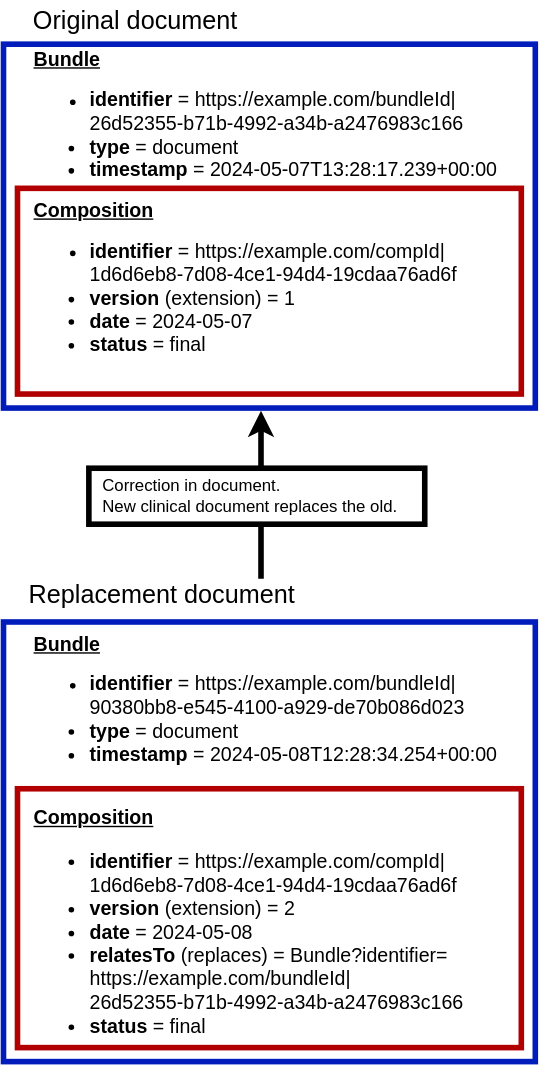
This is input/images/HL7 CDA-FHIR Alignment - ImagesReplace.svg from HL7/fhir-clinical-document, a draw.io export, as it was before one commit. Source tidied: cells renumbered, new cells last; positions are measured from the earlier drawing's top-left corner, leaving out a move shared by most shapes. The source it was exported from:
```xml
<mxGraphModel background="#ffffff">
  <root>
    <mxCell id="0" />
    <mxCell id="1" parent="0" />
    <mxCell id="2" style="group;" parent="1" vertex="1">
      <mxGeometry y="408" width="390" height="370" as="geometry" />
    </mxCell>
    <mxCell id="3" style="rounded=0;whiteSpace=wrap;html=1;fillColor=none;strokeWidth=4;fontColor=#ffffff;strokeColor=#B20000;" parent="2" vertex="1">
      <mxGeometry x="10" y="155" width="360" height="185" as="geometry" />
    </mxCell>
    <mxCell id="4" style="rounded=0;whiteSpace=wrap;html=1;fillColor=none;strokeWidth=4;fontColor=#ffffff;strokeColor=#001DBC;" parent="2" vertex="1">
      <mxGeometry y="35.9" width="380" height="314.1" as="geometry" />
    </mxCell>
    <mxCell id="5" value="&lt;div&gt;&lt;b style=&quot;background-color: initial; font-size: 14px;&quot;&gt;&lt;u&gt;Bundle&lt;/u&gt;&lt;/b&gt;&lt;br&gt;&lt;/div&gt;&lt;div style=&quot;&quot;&gt;&lt;ul style=&quot;&quot;&gt;&lt;li style=&quot;&quot;&gt;&lt;span style=&quot;font-size: 14px;&quot;&gt;&lt;b&gt;identifier &lt;/b&gt;= https://example.com/bundleId|&lt;/span&gt;&lt;br&gt;&lt;span style=&quot;font-size: 14px;&quot;&gt;90380bb8-e545-4100-a929-de70b086d023&lt;/span&gt;&lt;br&gt;&lt;/li&gt;&lt;li style=&quot;font-size: 14px;&quot;&gt;&lt;font style=&quot;font-size: 14px;&quot;&gt;&lt;b&gt;type &lt;/b&gt;= document&lt;/font&gt;&lt;/li&gt;&lt;li style=&quot;font-size: 14px;&quot;&gt;&lt;font style=&quot;font-size: 14px;&quot;&gt;&lt;b&gt;timestamp &lt;/b&gt;=&amp;nbsp;&lt;/font&gt;2024-05-08T12:28:34.254+00:00&lt;/li&gt;&lt;/ul&gt;&lt;/div&gt;&lt;div style=&quot;font-size: 14px;&quot;&gt;&lt;font style=&quot;font-size: 14px;&quot;&gt;&lt;br&gt;&lt;/font&gt;&lt;/div&gt;&lt;div style=&quot;font-size: 14px;&quot;&gt;&lt;font style=&quot;font-size: 14px;&quot;&gt;&lt;b&gt;&lt;u&gt;Composition&lt;/u&gt;&lt;/b&gt;&lt;/font&gt;&lt;/div&gt;&lt;div style=&quot;font-size: 14px;&quot;&gt;&lt;ul style=&quot;&quot;&gt;&lt;li&gt;&lt;b&gt;identifier &lt;/b&gt;= https://example.com/compId|&lt;br&gt;1d6d6eb8-7d08-4ce1-94d4-19cdaa76ad6f&lt;/li&gt;&lt;li style=&quot;&quot;&gt;&lt;font style=&quot;font-size: 14px;&quot;&gt;&lt;b&gt;version &lt;/b&gt;(extension) = 2&lt;/font&gt;&lt;/li&gt;&lt;li style=&quot;&quot;&gt;&lt;font style=&quot;font-size: 14px;&quot;&gt;&lt;b&gt;date &lt;/b&gt;= 2024-05-08&lt;/font&gt;&lt;/li&gt;&lt;li style=&quot;&quot;&gt;&lt;font style=&quot;font-size: 14px;&quot;&gt;&lt;b&gt;relatesTo &lt;/b&gt;(replaces) = Bundle?identifier=&lt;br&gt;&lt;/font&gt;https://example.com/bundleId|&lt;br&gt;26d52355-b71b-4992-a34b-a2476983c166&lt;/li&gt;&lt;li style=&quot;&quot;&gt;&lt;span style=&quot;background-color: initial;&quot;&gt;&lt;b&gt;status &lt;/b&gt;= final&lt;/span&gt;&lt;br&gt;&lt;/li&gt;&lt;/ul&gt;&lt;/div&gt;" style="text;html=1;align=left;verticalAlign=middle;points=[];strokeColor=none;fillColor=none;" parent="2" vertex="1">
      <mxGeometry x="20" y="34.5" width="350" height="320" as="geometry" />
    </mxCell>
    <mxCell id="6" value="&lt;font style=&quot;font-size: 18px;&quot;&gt;Replacement document&lt;/font&gt;" style="text;html=1;align=center;verticalAlign=middle;whiteSpace=wrap;rounded=0;" parent="2" vertex="1">
      <mxGeometry x="17" width="193" height="34.7" as="geometry" />
    </mxCell>
    <mxCell id="7" style="group;" parent="1" vertex="1">
      <mxGeometry width="390" height="293" as="geometry" />
    </mxCell>
    <mxCell id="8" style="rounded=0;whiteSpace=wrap;html=1;fillColor=none;strokeWidth=4;fontColor=#ffffff;strokeColor=#001DBC;" parent="7" vertex="1">
      <mxGeometry y="31" width="380" height="260" as="geometry" />
    </mxCell>
    <mxCell id="9" style="rounded=0;whiteSpace=wrap;html=1;fillColor=none;strokeWidth=4;fontColor=#ffffff;strokeColor=#B20000;" parent="7" vertex="1">
      <mxGeometry x="10" y="134" width="360" height="147" as="geometry" />
    </mxCell>
    <mxCell id="10" value="&lt;div&gt;&lt;b style=&quot;background-color: initial; font-size: 14px;&quot;&gt;&lt;u&gt;Bundle&lt;/u&gt;&lt;/b&gt;&lt;br&gt;&lt;/div&gt;&lt;div style=&quot;&quot;&gt;&lt;ul style=&quot;&quot;&gt;&lt;li style=&quot;&quot;&gt;&lt;font style=&quot;&quot;&gt;&lt;span style=&quot;font-size: 14px;&quot;&gt;&lt;b&gt;identifier &lt;/b&gt;= https://example.com/bundleId|&lt;/span&gt;&lt;br&gt;&lt;span style=&quot;font-size: 14px;&quot;&gt;26d52355-b71b-4992-a34b-a2476983c166&lt;/span&gt;&lt;br&gt;&lt;/font&gt;&lt;/li&gt;&lt;li style=&quot;font-size: 14px;&quot;&gt;&lt;font style=&quot;font-size: 14px;&quot;&gt;&lt;b&gt;type&lt;/b&gt; = document&lt;/font&gt;&lt;/li&gt;&lt;li style=&quot;font-size: 14px;&quot;&gt;&lt;font style=&quot;font-size: 14px;&quot;&gt;&lt;b&gt;timestamp &lt;/b&gt;=&amp;nbsp;&lt;/font&gt;2024-05-07T13:28:17.239+00:00&lt;/li&gt;&lt;/ul&gt;&lt;/div&gt;&lt;div style=&quot;font-size: 14px;&quot;&gt;&lt;b style=&quot;background-color: initial;&quot;&gt;&lt;u&gt;Composition&lt;/u&gt;&lt;/b&gt;&lt;br&gt;&lt;/div&gt;&lt;div style=&quot;&quot;&gt;&lt;ul style=&quot;&quot;&gt;&lt;li style=&quot;&quot;&gt;&lt;font style=&quot;&quot;&gt;&lt;span style=&quot;font-size: 14px;&quot;&gt;&lt;b&gt;identifier&lt;/b&gt; = https://example.com/compId|&lt;/span&gt;&lt;br&gt;&lt;span style=&quot;font-size: 14px;&quot;&gt;1d6d6eb8-7d08-4ce1-94d4-19cdaa76ad6f&lt;/span&gt;&lt;br&gt;&lt;/font&gt;&lt;/li&gt;&lt;li style=&quot;font-size: 14px;&quot;&gt;&lt;font style=&quot;font-size: 14px;&quot;&gt;&lt;b&gt;version &lt;/b&gt;(extension) = 1&lt;/font&gt;&lt;/li&gt;&lt;li style=&quot;font-size: 14px;&quot;&gt;&lt;font style=&quot;font-size: 14px;&quot;&gt;&lt;b&gt;date&lt;/b&gt; = 2024-05-07&lt;/font&gt;&lt;/li&gt;&lt;li style=&quot;font-size: 14px;&quot;&gt;&lt;span style=&quot;background-color: initial;&quot;&gt;&lt;b&gt;status &lt;/b&gt;= final&lt;/span&gt;&lt;br&gt;&lt;/li&gt;&lt;/ul&gt;&lt;/div&gt;" style="text;html=1;align=left;verticalAlign=middle;strokeColor=none;fillColor=none;" parent="7" vertex="1">
      <mxGeometry x="20" y="25" width="350" height="250" as="geometry" />
    </mxCell>
    <mxCell id="11" value="&lt;font style=&quot;font-size: 18px;&quot;&gt;Original document&lt;/font&gt;" style="text;html=1;align=center;verticalAlign=middle;whiteSpace=wrap;rounded=0;" parent="7" vertex="1">
      <mxGeometry x="17" width="155" height="30" as="geometry" />
    </mxCell>
    <mxCell id="12" style="group;" parent="1" vertex="1">
      <mxGeometry x="61" y="293" width="240" height="120" as="geometry" />
    </mxCell>
    <mxCell id="13" style="endArrow=classic;html=1;rounded=0;strokeWidth=4;" parent="12" edge="1">
      <mxGeometry relative="1" as="geometry">
        <mxPoint x="123" y="120" as="sourcePoint" />
        <mxPoint x="123" as="targetPoint" />
      </mxGeometry>
    </mxCell>
    <mxCell id="14" value="&lt;div&gt;Correction in document.&lt;/div&gt;&lt;div&gt;New clinical document replaces the old.&lt;/div&gt;" style="text;html=1;align=left;verticalAlign=middle;strokeColor=default;fillColor=default;strokeWidth=4;spacingTop=0;spacingLeft=8;" parent="12" vertex="1">
      <mxGeometry y="41" width="240" height="40" as="geometry" />
    </mxCell>
  </root>
</mxGraphModel>
```
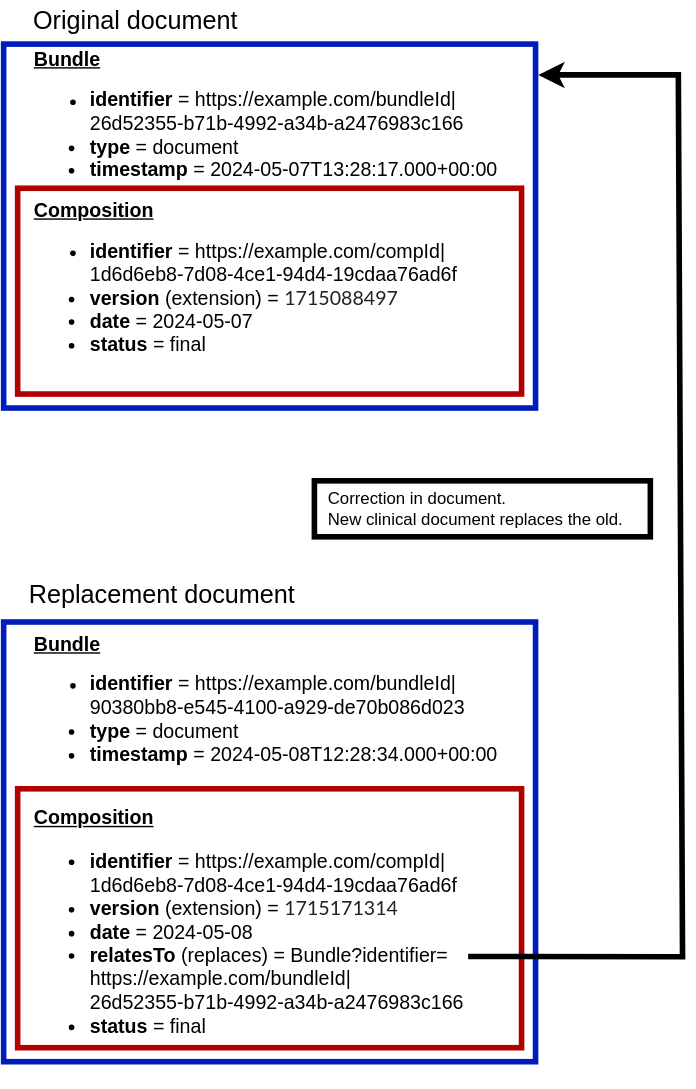
The same file after the commit.

Commit message:
image update for replace and append

Change to the diagram source:
```diff
@@ -11,7 +11,7 @@
     <mxCell id="4" style="rounded=0;whiteSpace=wrap;html=1;fillColor=none;strokeWidth=4;fontColor=#ffffff;strokeColor=#001DBC;" parent="2" vertex="1">
       <mxGeometry y="35.9" width="380" height="314.1" as="geometry" />
     </mxCell>
-    <mxCell id="5" value="&lt;div&gt;&lt;b style=&quot;background-color: initial; font-size: 14px;&quot;&gt;&lt;u&gt;Bundle&lt;/u&gt;&lt;/b&gt;&lt;br&gt;&lt;/div&gt;&lt;div style=&quot;&quot;&gt;&lt;ul style=&quot;&quot;&gt;&lt;li style=&quot;&quot;&gt;&lt;span style=&quot;font-size: 14px;&quot;&gt;&lt;b&gt;identifier &lt;/b&gt;= https://example.com/bundleId|&lt;/span&gt;&lt;br&gt;&lt;span style=&quot;font-size: 14px;&quot;&gt;90380bb8-e545-4100-a929-de70b086d023&lt;/span&gt;&lt;br&gt;&lt;/li&gt;&lt;li style=&quot;font-size: 14px;&quot;&gt;&lt;font style=&quot;font-size: 14px;&quot;&gt;&lt;b&gt;type &lt;/b&gt;= document&lt;/font&gt;&lt;/li&gt;&lt;li style=&quot;font-size: 14px;&quot;&gt;&lt;font style=&quot;font-size: 14px;&quot;&gt;&lt;b&gt;timestamp &lt;/b&gt;=&amp;nbsp;&lt;/font&gt;2024-05-08T12:28:34.254+00:00&lt;/li&gt;&lt;/ul&gt;&lt;/div&gt;&lt;div style=&quot;font-size: 14px;&quot;&gt;&lt;font style=&quot;font-size: 14px;&quot;&gt;&lt;br&gt;&lt;/font&gt;&lt;/div&gt;&lt;div style=&quot;font-size: 14px;&quot;&gt;&lt;font style=&quot;font-size: 14px;&quot;&gt;&lt;b&gt;&lt;u&gt;Composition&lt;/u&gt;&lt;/b&gt;&lt;/font&gt;&lt;/div&gt;&lt;div style=&quot;font-size: 14px;&quot;&gt;&lt;ul style=&quot;&quot;&gt;&lt;li&gt;&lt;b&gt;identifier &lt;/b&gt;= https://example.com/compId|&lt;br&gt;1d6d6eb8-7d08-4ce1-94d4-19cdaa76ad6f&lt;/li&gt;&lt;li style=&quot;&quot;&gt;&lt;font style=&quot;font-size: 14px;&quot;&gt;&lt;b&gt;version &lt;/b&gt;(extension) = 2&lt;/font&gt;&lt;/li&gt;&lt;li style=&quot;&quot;&gt;&lt;font style=&quot;font-size: 14px;&quot;&gt;&lt;b&gt;date &lt;/b&gt;= 2024-05-08&lt;/font&gt;&lt;/li&gt;&lt;li style=&quot;&quot;&gt;&lt;font style=&quot;font-size: 14px;&quot;&gt;&lt;b&gt;relatesTo &lt;/b&gt;(replaces) = Bundle?identifier=&lt;br&gt;&lt;/font&gt;https://example.com/bundleId|&lt;br&gt;26d52355-b71b-4992-a34b-a2476983c166&lt;/li&gt;&lt;li style=&quot;&quot;&gt;&lt;span style=&quot;background-color: initial;&quot;&gt;&lt;b&gt;status &lt;/b&gt;= final&lt;/span&gt;&lt;br&gt;&lt;/li&gt;&lt;/ul&gt;&lt;/div&gt;" style="text;html=1;align=left;verticalAlign=middle;points=[];strokeColor=none;fillColor=none;" parent="2" vertex="1">
+    <mxCell id="5" value="&lt;div&gt;&lt;b style=&quot;background-color: initial; font-size: 14px;&quot;&gt;&lt;u&gt;Bundle&lt;/u&gt;&lt;/b&gt;&lt;br&gt;&lt;/div&gt;&lt;div style=&quot;&quot;&gt;&lt;ul style=&quot;&quot;&gt;&lt;li style=&quot;&quot;&gt;&lt;span style=&quot;font-size: 14px;&quot;&gt;&lt;b&gt;identifier &lt;/b&gt;= https://example.com/bundleId|&lt;/span&gt;&lt;br&gt;&lt;span style=&quot;font-size: 14px;&quot;&gt;90380bb8-e545-4100-a929-de70b086d023&lt;/span&gt;&lt;br&gt;&lt;/li&gt;&lt;li style=&quot;font-size: 14px;&quot;&gt;&lt;font style=&quot;font-size: 14px;&quot;&gt;&lt;b&gt;type &lt;/b&gt;= document&lt;/font&gt;&lt;/li&gt;&lt;li style=&quot;font-size: 14px;&quot;&gt;&lt;font style=&quot;font-size: 14px;&quot;&gt;&lt;b&gt;timestamp &lt;/b&gt;=&amp;nbsp;&lt;/font&gt;2024-05-08T12:28:34.000+00:00&lt;/li&gt;&lt;/ul&gt;&lt;/div&gt;&lt;div style=&quot;font-size: 14px;&quot;&gt;&lt;font style=&quot;font-size: 14px;&quot;&gt;&lt;br&gt;&lt;/font&gt;&lt;/div&gt;&lt;div style=&quot;font-size: 14px;&quot;&gt;&lt;font style=&quot;font-size: 14px;&quot;&gt;&lt;b&gt;&lt;u&gt;Composition&lt;/u&gt;&lt;/b&gt;&lt;/font&gt;&lt;/div&gt;&lt;div style=&quot;font-size: 14px;&quot;&gt;&lt;ul style=&quot;&quot;&gt;&lt;li&gt;&lt;b&gt;identifier &lt;/b&gt;= https://example.com/compId|&lt;br&gt;1d6d6eb8-7d08-4ce1-94d4-19cdaa76ad6f&lt;/li&gt;&lt;li style=&quot;&quot;&gt;&lt;font style=&quot;font-size: 14px;&quot;&gt;&lt;b&gt;version &lt;/b&gt;(extension) =&amp;nbsp;&lt;/font&gt;&lt;span style=&quot;color: rgba(0, 0, 0, 0.87); font-family: Lato, &amp;quot;Helvetica Neue&amp;quot;, Arial, Helvetica, sans-serif; text-wrap: wrap; background-color: rgb(255, 255, 255);&quot;&gt;1715171314&lt;/span&gt;&lt;/li&gt;&lt;li style=&quot;&quot;&gt;&lt;font style=&quot;font-size: 14px;&quot;&gt;&lt;b&gt;date &lt;/b&gt;= 2024-05-08&lt;/font&gt;&lt;/li&gt;&lt;li style=&quot;&quot;&gt;&lt;font style=&quot;font-size: 14px;&quot;&gt;&lt;b&gt;relatesTo &lt;/b&gt;(replaces) = Bundle?identifier=&lt;br&gt;&lt;/font&gt;https://example.com/bundleId|&lt;br&gt;26d52355-b71b-4992-a34b-a2476983c166&lt;/li&gt;&lt;li style=&quot;&quot;&gt;&lt;span style=&quot;background-color: initial;&quot;&gt;&lt;b&gt;status &lt;/b&gt;= final&lt;/span&gt;&lt;br&gt;&lt;/li&gt;&lt;/ul&gt;&lt;/div&gt;" style="text;html=1;align=left;verticalAlign=middle;points=[];strokeColor=none;fillColor=none;" parent="2" vertex="1">
       <mxGeometry x="20" y="34.5" width="350" height="320" as="geometry" />
     </mxCell>
     <mxCell id="6" value="&lt;font style=&quot;font-size: 18px;&quot;&gt;Replacement document&lt;/font&gt;" style="text;html=1;align=center;verticalAlign=middle;whiteSpace=wrap;rounded=0;" parent="2" vertex="1">
@@ -26,23 +26,23 @@
     <mxCell id="9" style="rounded=0;whiteSpace=wrap;html=1;fillColor=none;strokeWidth=4;fontColor=#ffffff;strokeColor=#B20000;" parent="7" vertex="1">
       <mxGeometry x="10" y="134" width="360" height="147" as="geometry" />
     </mxCell>
-    <mxCell id="10" value="&lt;div&gt;&lt;b style=&quot;background-color: initial; font-size: 14px;&quot;&gt;&lt;u&gt;Bundle&lt;/u&gt;&lt;/b&gt;&lt;br&gt;&lt;/div&gt;&lt;div style=&quot;&quot;&gt;&lt;ul style=&quot;&quot;&gt;&lt;li style=&quot;&quot;&gt;&lt;font style=&quot;&quot;&gt;&lt;span style=&quot;font-size: 14px;&quot;&gt;&lt;b&gt;identifier &lt;/b&gt;= https://example.com/bundleId|&lt;/span&gt;&lt;br&gt;&lt;span style=&quot;font-size: 14px;&quot;&gt;26d52355-b71b-4992-a34b-a2476983c166&lt;/span&gt;&lt;br&gt;&lt;/font&gt;&lt;/li&gt;&lt;li style=&quot;font-size: 14px;&quot;&gt;&lt;font style=&quot;font-size: 14px;&quot;&gt;&lt;b&gt;type&lt;/b&gt; = document&lt;/font&gt;&lt;/li&gt;&lt;li style=&quot;font-size: 14px;&quot;&gt;&lt;font style=&quot;font-size: 14px;&quot;&gt;&lt;b&gt;timestamp &lt;/b&gt;=&amp;nbsp;&lt;/font&gt;2024-05-07T13:28:17.239+00:00&lt;/li&gt;&lt;/ul&gt;&lt;/div&gt;&lt;div style=&quot;font-size: 14px;&quot;&gt;&lt;b style=&quot;background-color: initial;&quot;&gt;&lt;u&gt;Composition&lt;/u&gt;&lt;/b&gt;&lt;br&gt;&lt;/div&gt;&lt;div style=&quot;&quot;&gt;&lt;ul style=&quot;&quot;&gt;&lt;li style=&quot;&quot;&gt;&lt;font style=&quot;&quot;&gt;&lt;span style=&quot;font-size: 14px;&quot;&gt;&lt;b&gt;identifier&lt;/b&gt; = https://example.com/compId|&lt;/span&gt;&lt;br&gt;&lt;span style=&quot;font-size: 14px;&quot;&gt;1d6d6eb8-7d08-4ce1-94d4-19cdaa76ad6f&lt;/span&gt;&lt;br&gt;&lt;/font&gt;&lt;/li&gt;&lt;li style=&quot;font-size: 14px;&quot;&gt;&lt;font style=&quot;font-size: 14px;&quot;&gt;&lt;b&gt;version &lt;/b&gt;(extension) = 1&lt;/font&gt;&lt;/li&gt;&lt;li style=&quot;font-size: 14px;&quot;&gt;&lt;font style=&quot;font-size: 14px;&quot;&gt;&lt;b&gt;date&lt;/b&gt; = 2024-05-07&lt;/font&gt;&lt;/li&gt;&lt;li style=&quot;font-size: 14px;&quot;&gt;&lt;span style=&quot;background-color: initial;&quot;&gt;&lt;b&gt;status &lt;/b&gt;= final&lt;/span&gt;&lt;br&gt;&lt;/li&gt;&lt;/ul&gt;&lt;/div&gt;" style="text;html=1;align=left;verticalAlign=middle;strokeColor=none;fillColor=none;" parent="7" vertex="1">
+    <mxCell id="10" value="&lt;div&gt;&lt;b style=&quot;background-color: initial; font-size: 14px;&quot;&gt;&lt;u&gt;Bundle&lt;/u&gt;&lt;/b&gt;&lt;br&gt;&lt;/div&gt;&lt;div style=&quot;&quot;&gt;&lt;ul style=&quot;&quot;&gt;&lt;li style=&quot;&quot;&gt;&lt;font style=&quot;&quot;&gt;&lt;span style=&quot;font-size: 14px;&quot;&gt;&lt;b&gt;identifier &lt;/b&gt;= https://example.com/bundleId|&lt;/span&gt;&lt;br&gt;&lt;span style=&quot;font-size: 14px;&quot;&gt;26d52355-b71b-4992-a34b-a2476983c166&lt;/span&gt;&lt;br&gt;&lt;/font&gt;&lt;/li&gt;&lt;li style=&quot;font-size: 14px;&quot;&gt;&lt;font style=&quot;font-size: 14px;&quot;&gt;&lt;b&gt;type&lt;/b&gt; = document&lt;/font&gt;&lt;/li&gt;&lt;li style=&quot;font-size: 14px;&quot;&gt;&lt;font style=&quot;font-size: 14px;&quot;&gt;&lt;b&gt;timestamp &lt;/b&gt;=&amp;nbsp;&lt;/font&gt;2024-05-07T13:28:17.000+00:00&lt;/li&gt;&lt;/ul&gt;&lt;/div&gt;&lt;div style=&quot;font-size: 14px;&quot;&gt;&lt;b style=&quot;background-color: initial;&quot;&gt;&lt;u&gt;Composition&lt;/u&gt;&lt;/b&gt;&lt;br&gt;&lt;/div&gt;&lt;div style=&quot;&quot;&gt;&lt;ul style=&quot;&quot;&gt;&lt;li style=&quot;&quot;&gt;&lt;font style=&quot;&quot;&gt;&lt;span style=&quot;font-size: 14px;&quot;&gt;&lt;b&gt;identifier&lt;/b&gt; = https://example.com/compId|&lt;/span&gt;&lt;br&gt;&lt;span style=&quot;font-size: 14px;&quot;&gt;1d6d6eb8-7d08-4ce1-94d4-19cdaa76ad6f&lt;/span&gt;&lt;br&gt;&lt;/font&gt;&lt;/li&gt;&lt;li style=&quot;font-size: 14px;&quot;&gt;&lt;font style=&quot;font-size: 14px;&quot;&gt;&lt;b&gt;version &lt;/b&gt;(extension) =&amp;nbsp;&lt;/font&gt;&lt;span style=&quot;color: rgba(0, 0, 0, 0.87); font-family: Lato, &amp;quot;Helvetica Neue&amp;quot;, Arial, Helvetica, sans-serif; text-wrap: wrap; background-color: rgb(255, 255, 255);&quot;&gt;1715088497&lt;/span&gt;&lt;/li&gt;&lt;li style=&quot;font-size: 14px;&quot;&gt;&lt;font style=&quot;font-size: 14px;&quot;&gt;&lt;b&gt;date&lt;/b&gt; = 2024-05-07&lt;/font&gt;&lt;/li&gt;&lt;li style=&quot;font-size: 14px;&quot;&gt;&lt;span style=&quot;background-color: initial;&quot;&gt;&lt;b&gt;status &lt;/b&gt;= final&lt;/span&gt;&lt;br&gt;&lt;/li&gt;&lt;/ul&gt;&lt;/div&gt;" style="text;html=1;align=left;verticalAlign=middle;strokeColor=none;fillColor=none;" parent="7" vertex="1">
       <mxGeometry x="20" y="25" width="350" height="250" as="geometry" />
     </mxCell>
     <mxCell id="11" value="&lt;font style=&quot;font-size: 18px;&quot;&gt;Original document&lt;/font&gt;" style="text;html=1;align=center;verticalAlign=middle;whiteSpace=wrap;rounded=0;" parent="7" vertex="1">
       <mxGeometry x="17" width="155" height="30" as="geometry" />
     </mxCell>
-    <mxCell id="12" style="group;" parent="1" vertex="1">
-      <mxGeometry x="61" y="293" width="240" height="120" as="geometry" />
+    <mxCell id="12" value="&lt;div&gt;Correction in document.&lt;/div&gt;&lt;div&gt;New clinical document replaces the old.&lt;/div&gt;" style="text;html=1;align=left;verticalAlign=middle;strokeColor=default;fillColor=default;strokeWidth=4;spacingTop=0;spacingLeft=8;" parent="1" vertex="1">
+      <mxGeometry x="222" y="343" width="240" height="40" as="geometry" />
     </mxCell>
-    <mxCell id="13" style="endArrow=classic;html=1;rounded=0;strokeWidth=4;" parent="12" edge="1">
+    <mxCell id="13" style="endArrow=classic;html=1;rounded=0;strokeWidth=4;exitX=0.891;exitY=0.751;exitDx=0;exitDy=0;exitPerimeter=0;" parent="1" edge="1" source="5">
       <mxGeometry relative="1" as="geometry">
-        <mxPoint x="123" y="120" as="sourcePoint" />
-        <mxPoint x="123" as="targetPoint" />
+        <mxPoint x="382" y="53" as="targetPoint" />
+        <Array as="points">
+          <mxPoint x="485" y="683" />
+          <mxPoint x="482" y="53" />
+        </Array>
       </mxGeometry>
     </mxCell>
-    <mxCell id="14" value="&lt;div&gt;Correction in document.&lt;/div&gt;&lt;div&gt;New clinical document replaces the old.&lt;/div&gt;" style="text;html=1;align=left;verticalAlign=middle;strokeColor=default;fillColor=default;strokeWidth=4;spacingTop=0;spacingLeft=8;" parent="12" vertex="1">
-      <mxGeometry y="41" width="240" height="40" as="geometry" />
-    </mxCell>
   </root>
 </mxGraphModel>
```
